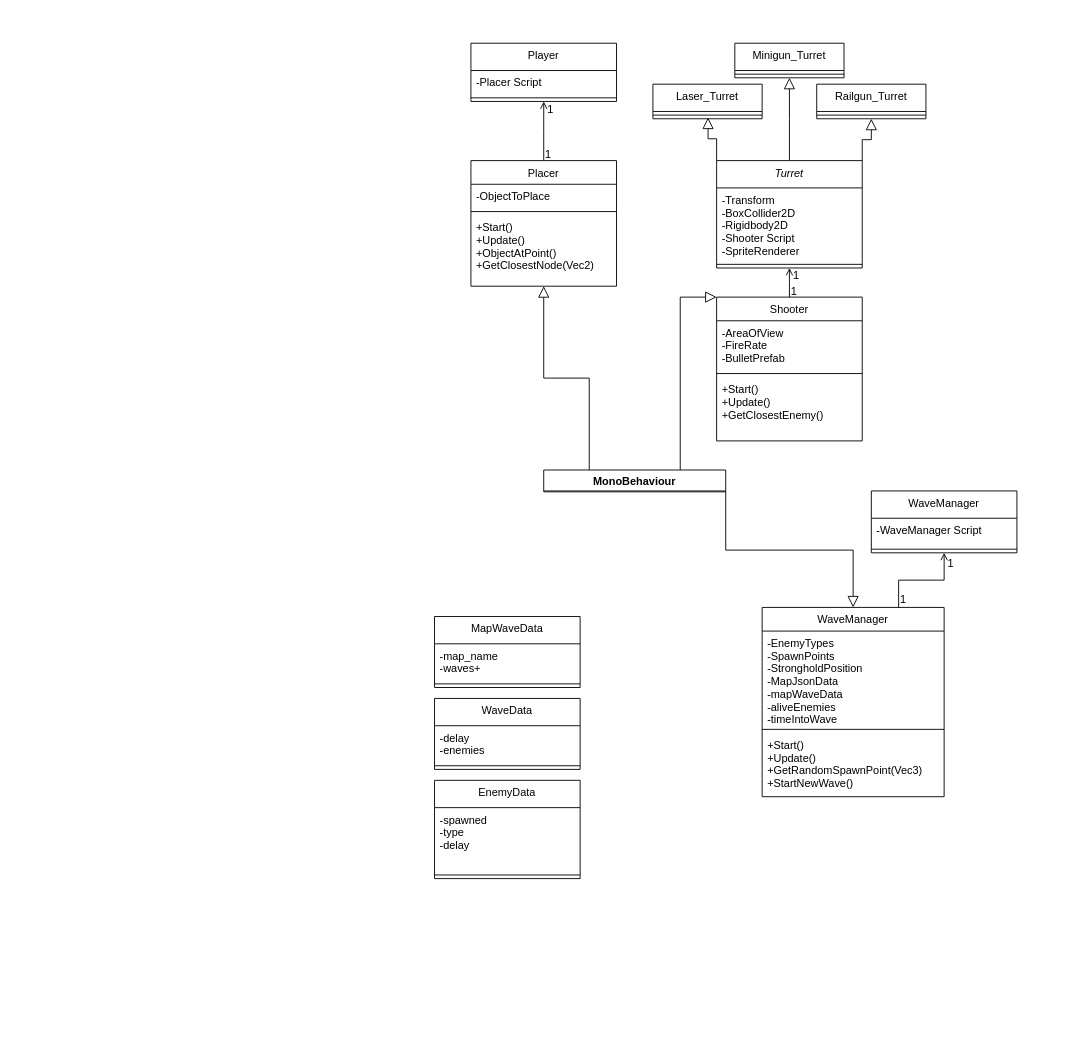
Earlier version of the draw.io diagram Assets/UML Diagram.drawio (Astrophsica/AlienAttack). Source tidied: cells renumbered, new cells numbered last; positions are measured from the earlier drawing's top-left corner, leaving out a move shared by most shapes. Both pictures are drawn from the tidied source at 91%, with x=0, y=0 at pixel (434, 43).
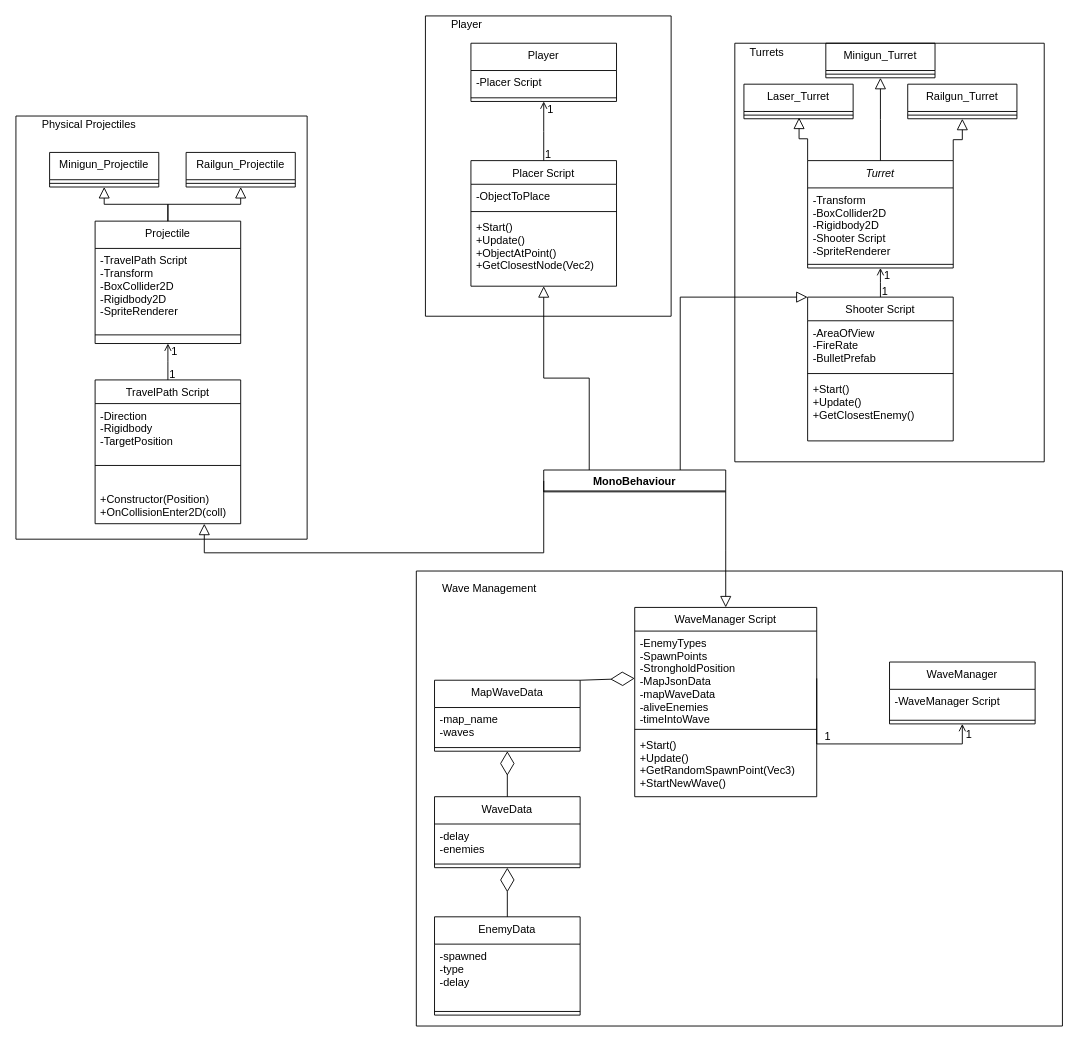
The same diagram, later.

Unchanged cells that the change refers to:
```xml
<mxCell id="12" value="MonoBehaviour" style="swimlane;" parent="1" vertex="1">
  <mxGeometry x="120" y="469" width="200" height="24" as="geometry" />
</mxCell>
<mxCell id="38" value="-EnemyTypes&#10;-SpawnPoints&#10;-StrongholdPosition&#10;-MapJsonData&#10;-mapWaveData&#10;-aliveEnemies&#10;-timeIntoWave" style="text;align=left;verticalAlign=top;spacingLeft=4;spacingRight=4;overflow=hidden;points=[[0,0.5],[1,0.5]];portConstraint=eastwest;" parent="37" vertex="1">
  <mxGeometry y="26" width="200" height="104" as="geometry" />
</mxCell>
```

What changed in the source:
```diff
@@
-    <mxCell id="5" value="Placer" style="swimlane;fontStyle=0;align=center;verticalAlign=top;horizontal=1;startSize=26;rounded=0;shadow=0;strokeWidth=1;" parent="1" vertex="1">
+    <mxCell id="5" value="Placer Script&#10;" style="swimlane;fontStyle=0;align=center;verticalAlign=top;horizontal=1;startSize=26;rounded=0;shadow=0;strokeWidth=1;" parent="1" vertex="1">
       <mxGeometry x="40" y="129" width="160" height="138" as="geometry" />
     </mxCell>
@@
     <mxCell id="13" value="Turret" style="swimlane;fontStyle=2;align=center;verticalAlign=top;horizontal=1;startSize=30;rounded=0;shadow=0;strokeWidth=1;" parent="1" vertex="1">
-      <mxGeometry x="310" y="129" width="160" height="118" as="geometry" />
+      <mxGeometry x="410" y="129" width="160" height="118" as="geometry" />
     </mxCell>
@@
     <mxCell id="16" value="Laser_Turret" style="swimlane;fontStyle=0;align=center;verticalAlign=top;horizontal=1;startSize=30;rounded=0;shadow=0;strokeWidth=1;" parent="1" vertex="1">
-      <mxGeometry x="240" y="45" width="120" height="38" as="geometry" />
+      <mxGeometry x="340" y="45" width="120" height="38" as="geometry" />
     </mxCell>
@@
     <mxCell id="18" value="Minigun_Turret" style="swimlane;fontStyle=0;align=center;verticalAlign=top;horizontal=1;startSize=30;rounded=0;shadow=0;strokeWidth=1;" parent="1" vertex="1">
-      <mxGeometry x="330" width="120" height="38" as="geometry" />
+      <mxGeometry x="430" width="120" height="38" as="geometry" />
     </mxCell>
@@
     <mxCell id="20" value="Railgun_Turret" style="swimlane;fontStyle=0;align=center;verticalAlign=top;horizontal=1;startSize=30;rounded=0;shadow=0;strokeWidth=1;" parent="1" vertex="1">
-      <mxGeometry x="420" y="45" width="120" height="38" as="geometry" />
+      <mxGeometry x="520" y="45" width="120" height="38" as="geometry" />
     </mxCell>
@@
-    <mxCell id="22" value="Shooter" style="swimlane;fontStyle=0;align=center;verticalAlign=top;horizontal=1;startSize=26;rounded=0;shadow=0;strokeWidth=1;" parent="1" vertex="1">
-      <mxGeometry x="310" y="279" width="160" height="158" as="geometry" />
+    <mxCell id="22" value="Shooter Script" style="swimlane;fontStyle=0;align=center;verticalAlign=top;horizontal=1;startSize=26;rounded=0;shadow=0;strokeWidth=1;" parent="1" vertex="1">
+      <mxGeometry x="410" y="279" width="160" height="158" as="geometry" />
     </mxCell>
@@
     <mxCell id="34" value="WaveManager" style="swimlane;fontStyle=0;align=center;verticalAlign=top;horizontal=1;startSize=30;rounded=0;shadow=0;strokeWidth=1;" parent="1" vertex="1">
-      <mxGeometry x="480" y="492" width="160" height="68" as="geometry" />
+      <mxGeometry x="500" y="680" width="160" height="68" as="geometry" />
     </mxCell>
@@
-    <mxCell id="37" value="WaveManager" style="swimlane;fontStyle=0;align=center;verticalAlign=top;horizontal=1;startSize=26;rounded=0;shadow=0;strokeWidth=1;" parent="1" vertex="1">
-      <mxGeometry x="360" y="620" width="200" height="208" as="geometry" />
+    <mxCell id="37" value="WaveManager Script" style="swimlane;fontStyle=0;align=center;verticalAlign=top;horizontal=1;startSize=26;rounded=0;shadow=0;strokeWidth=1;" parent="1" vertex="1">
+      <mxGeometry x="220" y="620" width="200" height="208" as="geometry" />
     </mxCell>
@@
-    <mxCell id="42" style="endArrow=open;shadow=0;strokeWidth=1;rounded=0;endFill=1;edgeStyle=elbowEdgeStyle;elbow=vertical;exitX=0.75;exitY=0;exitDx=0;exitDy=0;entryX=0.5;entryY=1;entryDx=0;entryDy=0;" parent="1" edge="1" source="37" target="34">
+    <mxCell id="42" style="endArrow=open;shadow=0;strokeWidth=1;rounded=0;endFill=1;edgeStyle=elbowEdgeStyle;elbow=vertical;exitX=1;exitY=0.5;exitDx=0;exitDy=0;entryX=0.5;entryY=1;entryDx=0;entryDy=0;" parent="1" edge="1" source="38" target="34">
       <mxGeometry x="0.5" y="41" relative="1" as="geometry">
         <Array as="points">
-          <mxPoint x="550" y="590" />
+          <mxPoint x="520" y="770" />
         </Array>
         <mxPoint x="-40" y="32" as="offset" />
       </mxGeometry>
     </mxCell>
     <mxCell id="43" value="1" style="align=left;verticalAlign=bottom;labelBackgroundColor=none;fontSize=12;" parent="42" vertex="1">
-      <mxGeometry x="-1" relative="1" as="geometry" />
+      <mxGeometry x="-1" relative="1" as="geometry">
+        <mxPoint x="7" y="72" as="offset" />
+      </mxGeometry>
     </mxCell>
@@
     <mxCell id="45" value="MapWaveData" style="swimlane;fontStyle=0;align=center;verticalAlign=top;horizontal=1;startSize=30;rounded=0;shadow=0;strokeWidth=1;" parent="1" vertex="1">
-      <mxGeometry y="630" width="160" height="78" as="geometry" />
+      <mxGeometry y="700" width="160" height="78" as="geometry" />
     </mxCell>
-    <mxCell id="46" value="-map_name&#10;-waves+" style="text;align=left;verticalAlign=top;spacingLeft=4;spacingRight=4;overflow=hidden;rounded=0;shadow=0;html=0;" parent="45" vertex="1">
+    <mxCell id="46" value="-map_name&#10;-waves" style="text;align=left;verticalAlign=top;spacingLeft=4;spacingRight=4;overflow=hidden;rounded=0;shadow=0;html=0;" parent="45" vertex="1">
       <mxGeometry y="30" width="160" height="40" as="geometry" />
     </mxCell>
@@
     <mxCell id="48" value="WaveData" style="swimlane;fontStyle=0;align=center;verticalAlign=top;horizontal=1;startSize=30;rounded=0;shadow=0;strokeWidth=1;" parent="1" vertex="1">
-      <mxGeometry y="720" width="160" height="78" as="geometry" />
+      <mxGeometry y="828" width="160" height="78" as="geometry" />
     </mxCell>
@@
     <mxCell id="51" value="EnemyData" style="swimlane;fontStyle=0;align=center;verticalAlign=top;horizontal=1;startSize=30;rounded=0;shadow=0;strokeWidth=1;" parent="1" vertex="1">
-      <mxGeometry y="810" width="160" height="108" as="geometry" />
+      <mxGeometry y="960" width="160" height="108" as="geometry" />
     </mxCell>
@@
+    <mxCell id="54" style="endArrow=diamondThin;endFill=0;endSize=24;html=1;rounded=0;entryX=0.5;entryY=1;entryDx=0;entryDy=0;exitX=0.5;exitY=0;exitDx=0;exitDy=0;" parent="1" edge="1" source="48" target="45">
+      <mxGeometry relative="1" as="geometry" />
+    </mxCell>
+    <mxCell id="55" style="endArrow=diamondThin;endFill=0;endSize=24;html=1;rounded=0;entryX=0.5;entryY=1;entryDx=0;entryDy=0;exitX=0.5;exitY=0;exitDx=0;exitDy=0;" parent="1" edge="1" source="51" target="48">
+      <mxGeometry relative="1" as="geometry" />
+    </mxCell>
+    <mxCell id="56" style="endArrow=diamondThin;endFill=0;endSize=24;html=1;rounded=0;entryX=0;entryY=0.5;entryDx=0;entryDy=0;exitX=1;exitY=0;exitDx=0;exitDy=0;" parent="1" edge="1" source="45" target="38">
+      <mxGeometry relative="1" as="geometry" />
+    </mxCell>
+    <mxCell id="57" value="Projectile" style="swimlane;fontStyle=0;align=center;verticalAlign=top;horizontal=1;startSize=30;rounded=0;shadow=0;strokeWidth=1;" parent="1" vertex="1">
+      <mxGeometry x="-373" y="195.5" width="160" height="134.5" as="geometry" />
+    </mxCell>
+    <mxCell id="58" value="-TravelPath Script&#10;-Transform&#10;-BoxCollider2D&#10;-Rigidbody2D&#10;-SpriteRenderer" style="text;align=left;verticalAlign=top;spacingLeft=4;spacingRight=4;overflow=hidden;rounded=0;shadow=0;html=0;" parent="57" vertex="1">
+      <mxGeometry y="30" width="160" height="90" as="geometry" />
+    </mxCell>
+    <mxCell id="59" style="line;html=1;strokeWidth=1;align=left;verticalAlign=middle;spacingTop=-1;spacingLeft=3;spacingRight=3;labelPosition=right;" parent="57" vertex="1">
+      <mxGeometry y="120" width="160" height="10" as="geometry" />
+    </mxCell>
+    <mxCell id="60" value="Minigun_Projectile&#10;" style="swimlane;fontStyle=0;align=center;verticalAlign=top;horizontal=1;startSize=30;rounded=0;shadow=0;strokeWidth=1;" parent="1" vertex="1">
+      <mxGeometry x="-423" y="120" width="120" height="38" as="geometry" />
+    </mxCell>
+    <mxCell id="61" style="line;html=1;strokeWidth=1;align=left;verticalAlign=middle;spacingTop=-1;spacingLeft=3;spacingRight=3;labelPosition=right;" parent="60" vertex="1">
+      <mxGeometry y="30" width="120" height="8" as="geometry" />
+    </mxCell>
+    <mxCell id="62" value="Railgun_Projectile" style="swimlane;fontStyle=0;align=center;verticalAlign=top;horizontal=1;startSize=30;rounded=0;shadow=0;strokeWidth=1;" parent="1" vertex="1">
+      <mxGeometry x="-273" y="120" width="120" height="38" as="geometry" />
+    </mxCell>
+    <mxCell id="63" style="line;html=1;strokeWidth=1;align=left;verticalAlign=middle;spacingTop=-1;spacingLeft=3;spacingRight=3;labelPosition=right;" parent="62" vertex="1">
+      <mxGeometry y="30" width="120" height="8" as="geometry" />
+    </mxCell>
+    <mxCell id="64" style="endArrow=block;endSize=10;endFill=0;shadow=0;strokeWidth=1;rounded=0;edgeStyle=elbowEdgeStyle;elbow=vertical;entryX=0.5;entryY=1;entryDx=0;entryDy=0;exitX=0.5;exitY=0;exitDx=0;exitDy=0;" parent="1" edge="1" source="57" target="60">
+      <mxGeometry relative="1" as="geometry" />
+    </mxCell>
+    <mxCell id="65" style="endArrow=block;endSize=10;endFill=0;shadow=0;strokeWidth=1;rounded=0;edgeStyle=elbowEdgeStyle;elbow=vertical;entryX=0.5;entryY=1;entryDx=0;entryDy=0;exitX=0.5;exitY=0;exitDx=0;exitDy=0;" parent="1" edge="1" source="57" target="62">
+      <mxGeometry relative="1" as="geometry" />
+    </mxCell>
+    <mxCell id="66" style="swimlane;startSize=0;" parent="1" vertex="1">
+      <mxGeometry x="-10" y="-30" width="270" height="330" as="geometry" />
+    </mxCell>
+    <mxCell id="67" value="Player" style="text;html=1;align=center;verticalAlign=middle;strokeColor=none;fillColor=none;" parent="66" vertex="1">
+      <mxGeometry x="20" width="50" height="20" as="geometry" />
+    </mxCell>
+    <mxCell id="68" style="swimlane;startSize=0;" parent="1" vertex="1">
+      <mxGeometry x="-20" y="580" width="710" height="500" as="geometry" />
+    </mxCell>
+    <mxCell id="69" value="Wave Management" style="text;html=1;align=center;verticalAlign=middle;strokeColor=none;fillColor=none;" parent="68" vertex="1">
+      <mxGeometry x="20" y="10" width="120" height="20" as="geometry" />
+    </mxCell>
+    <mxCell id="70" style="swimlane;startSize=0;" parent="1" vertex="1">
+      <mxGeometry x="330" width="340" height="460" as="geometry" />
+    </mxCell>
+    <mxCell id="71" value="Turrets" style="text;html=1;align=center;verticalAlign=middle;strokeColor=none;fillColor=none;" parent="70" vertex="1">
+      <mxGeometry x="10" width="50" height="20" as="geometry" />
+    </mxCell>
+    <mxCell id="72" value="TravelPath Script" style="swimlane;fontStyle=0;align=center;verticalAlign=top;horizontal=1;startSize=26;rounded=0;shadow=0;strokeWidth=1;" parent="1" vertex="1">
+      <mxGeometry x="-373" y="370" width="160" height="158" as="geometry" />
+    </mxCell>
+    <mxCell id="73" value="-Direction&#10;-Rigidbody&#10;-TargetPosition" style="text;align=left;verticalAlign=top;spacingLeft=4;spacingRight=4;overflow=hidden;" parent="72" vertex="1">
+      <mxGeometry y="26" width="160" height="44" as="geometry" />
+    </mxCell>
+    <mxCell id="74" style="line;html=1;strokeWidth=1;align=left;verticalAlign=middle;spacingTop=-1;spacingLeft=3;spacingRight=3;labelPosition=right;" parent="72" vertex="1">
+      <mxGeometry y="70" width="160" height="48" as="geometry" />
+    </mxCell>
+    <mxCell id="75" value="+Constructor(Position)&#10;+OnCollisionEnter2D(coll)" style="text;align=left;verticalAlign=top;spacingLeft=4;spacingRight=4;overflow=hidden;" parent="72" vertex="1">
+      <mxGeometry y="118" width="160" height="40" as="geometry" />
+    </mxCell>
+    <mxCell id="76" style="endArrow=block;endSize=10;endFill=0;shadow=0;strokeWidth=1;rounded=0;edgeStyle=elbowEdgeStyle;elbow=vertical;entryX=0.75;entryY=1;entryDx=0;entryDy=0;exitX=0;exitY=0.5;exitDx=0;exitDy=0;" parent="1" edge="1" source="12" target="72">
+      <mxGeometry relative="1" as="geometry">
+        <Array as="points">
+          <mxPoint x="-80" y="560" />
+          <mxPoint x="-30" y="520" />
+        </Array>
+      </mxGeometry>
+    </mxCell>
+    <mxCell id="77" style="endArrow=open;shadow=0;strokeWidth=1;rounded=0;endFill=1;edgeStyle=elbowEdgeStyle;elbow=vertical;exitX=0.5;exitY=0;exitDx=0;exitDy=0;entryX=0.5;entryY=1;entryDx=0;entryDy=0;" parent="1" edge="1" source="72" target="57">
+      <mxGeometry x="0.5" y="41" relative="1" as="geometry">
+        <mxPoint x="-40" y="32" as="offset" />
+      </mxGeometry>
+    </mxCell>
+    <mxCell id="78" value="1" style="align=left;verticalAlign=bottom;labelBackgroundColor=none;fontSize=12;" parent="77" vertex="1">
+      <mxGeometry x="-1" relative="1" as="geometry">
+        <mxPoint y="2" as="offset" />
+      </mxGeometry>
+    </mxCell>
+    <mxCell id="79" value="1" style="align=right;verticalAlign=bottom;labelBackgroundColor=none;fontSize=12;" parent="77" vertex="1">
+      <mxGeometry x="1" relative="1" as="geometry">
+        <mxPoint x="12" y="17" as="offset" />
+      </mxGeometry>
+    </mxCell>
+    <mxCell id="80" style="swimlane;startSize=0;" parent="1" vertex="1">
+      <mxGeometry x="-460" y="80" width="320" height="465" as="geometry" />
+    </mxCell>
+    <mxCell id="81" value="Physical Projectiles" style="text;html=1;align=center;verticalAlign=middle;strokeColor=none;fillColor=none;" parent="80" vertex="1">
+      <mxGeometry x="20" width="120" height="20" as="geometry" />
+    </mxCell>
```
